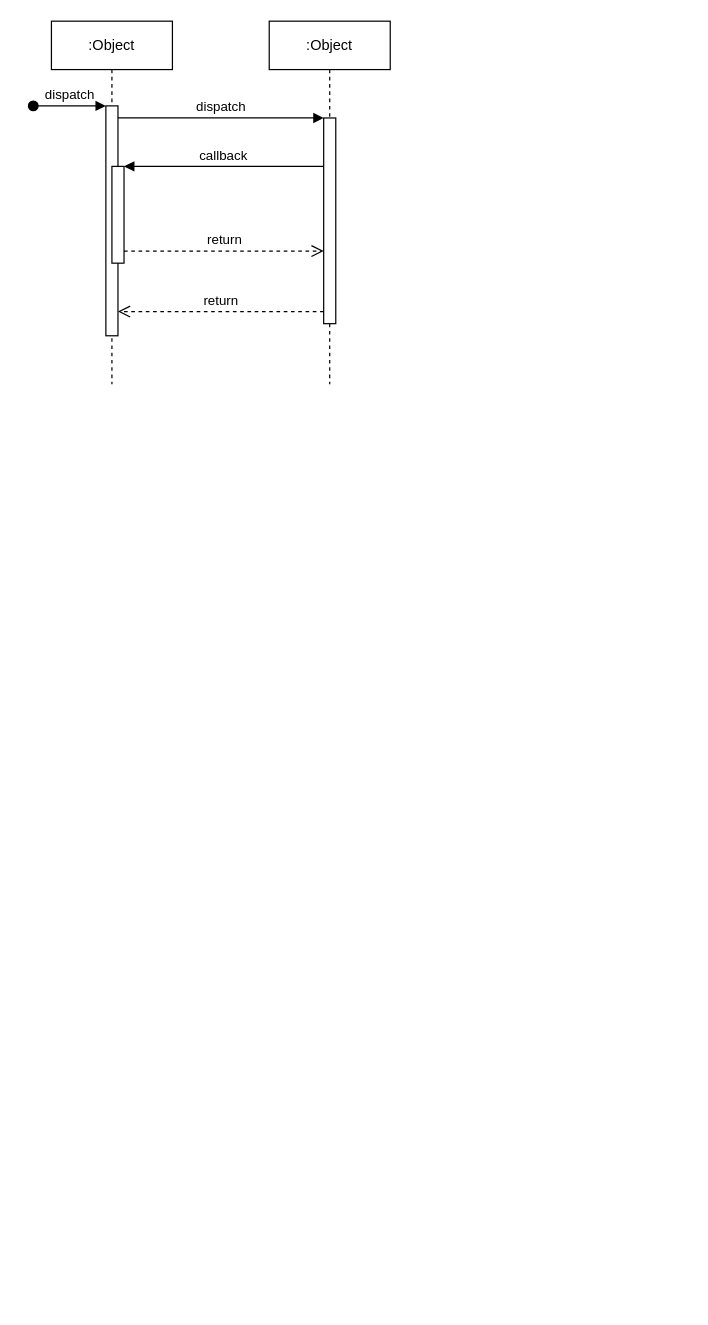
Before: Sequence2402_1.drawio in minh071289/AI_system, a draw.io diagram. Source tidied: cells renumbered, new cells numbered last; positions are measured from the earlier drawing's top-left corner, leaving out a move shared by most shapes. Both pictures are drawn from the tidied source at 121%, with x=0, y=0 at pixel (33, 21).
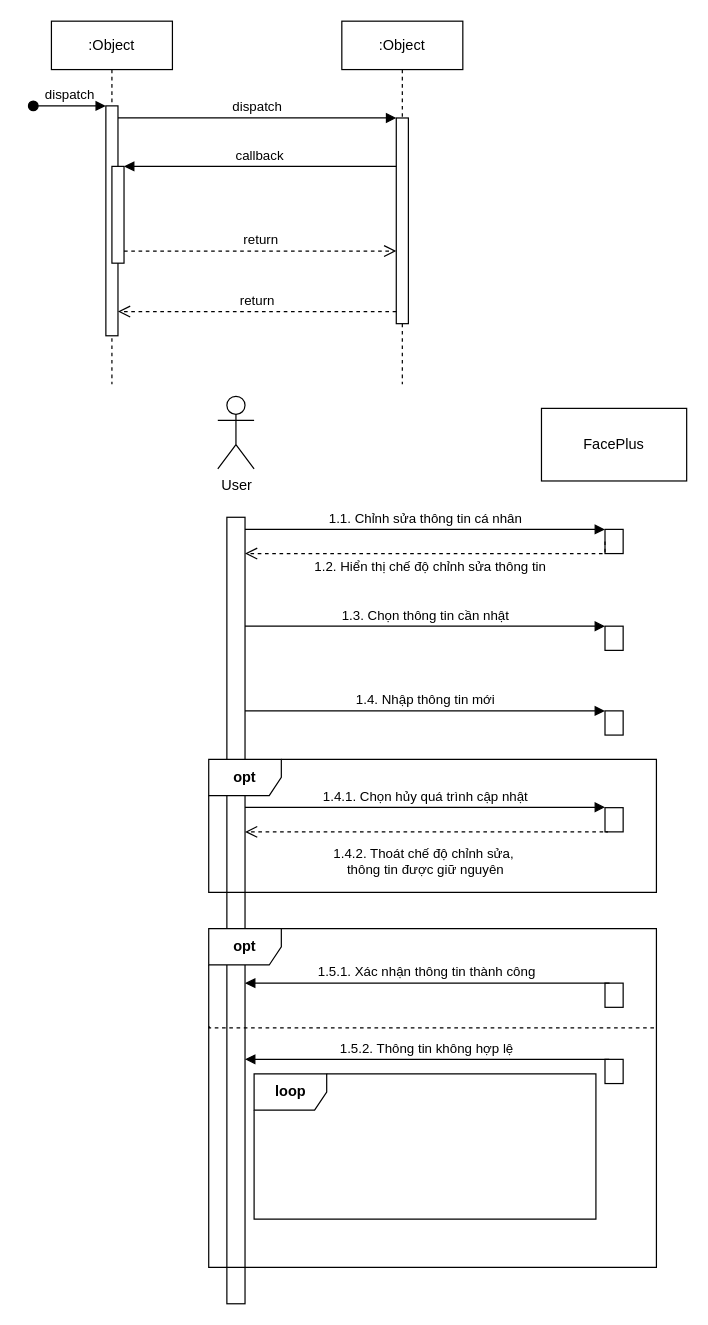
The same page after the edit.

What changed in the source:
```diff
@@
     <mxCell id="6" value=":Object" style="shape=umlLifeline;perimeter=lifelinePerimeter;whiteSpace=wrap;html=1;newEdgeStyle={&quot;edgeStyle&quot;:&quot;elbowEdgeStyle&quot;,&quot;elbow&quot;:&quot;vertical&quot;,&quot;curved&quot;:0,&quot;rounded&quot;:0};" parent="1" vertex="1">
-      <mxGeometry x="195" width="100" height="300" as="geometry" />
+      <mxGeometry x="255" width="100" height="300" as="geometry" />
     </mxCell>
@@
+    <mxCell id="12" value="User" style="shape=umlActor;verticalLabelPosition=bottom;verticalAlign=top;html=1;" parent="1" vertex="1">
+      <mxGeometry x="152.5" y="310" width="30" height="60" as="geometry" />
+    </mxCell>
+    <mxCell id="13" style="rounded=0;whiteSpace=wrap;html=1;" parent="1" vertex="1">
+      <mxGeometry x="160" y="410" width="15" height="650" as="geometry" />
+    </mxCell>
+    <mxCell id="14" style="rounded=0;whiteSpace=wrap;html=1;" parent="1" vertex="1">
+      <mxGeometry x="472.5" y="420" width="15" height="20" as="geometry" />
+    </mxCell>
+    <mxCell id="15" value="FacePlus" style="rounded=0;whiteSpace=wrap;html=1;" parent="1" vertex="1">
+      <mxGeometry x="420" y="320" width="120" height="60" as="geometry" />
+    </mxCell>
+    <mxCell id="16" value="1.1. Chỉnh sửa thông tin cá nhân" style="html=1;verticalAlign=bottom;endArrow=block;edgeStyle=elbowEdgeStyle;elbow=vertical;curved=0;rounded=0;" parent="1" edge="1" source="13">
+      <mxGeometry relative="1" as="geometry">
+        <mxPoint x="472.5" y="420" as="targetPoint" />
+        <Array as="points">
+          <mxPoint x="267.5" y="420" />
+        </Array>
+      </mxGeometry>
+    </mxCell>
+    <mxCell id="17" value="1.2. Hiển thị chế độ chỉnh sửa thông tin" style="html=1;verticalAlign=bottom;endArrow=open;dashed=1;endSize=8;edgeStyle=elbowEdgeStyle;elbow=vertical;curved=0;rounded=0;exitX=0;exitY=0.5;exitDx=0;exitDy=0;" parent="1" edge="1" source="14">
+      <mxGeometry x="0.01" y="20" relative="1" as="geometry">
+        <mxPoint x="175" y="440" as="targetPoint" />
+        <Array as="points">
+          <mxPoint x="270" y="440" />
+        </Array>
+      </mxGeometry>
+    </mxCell>
+    <mxCell id="18" style="rounded=0;whiteSpace=wrap;html=1;" parent="1" vertex="1">
+      <mxGeometry x="472.5" y="500" width="15" height="20" as="geometry" />
+    </mxCell>
+    <mxCell id="19" value="1.3. Chọn thông tin cần nhật" style="html=1;verticalAlign=bottom;endArrow=block;edgeStyle=elbowEdgeStyle;elbow=vertical;curved=0;rounded=0;" parent="1" edge="1">
+      <mxGeometry relative="1" as="geometry">
+        <mxPoint x="175" y="500" as="sourcePoint" />
+        <mxPoint x="472.5" y="500" as="targetPoint" />
+        <Array as="points">
+          <mxPoint x="267.5" y="500" />
+        </Array>
+      </mxGeometry>
+    </mxCell>
+    <mxCell id="20" value="1.4. Nhập thông tin mới" style="html=1;verticalAlign=bottom;endArrow=block;edgeStyle=elbowEdgeStyle;elbow=vertical;curved=0;rounded=0;" parent="1" edge="1">
+      <mxGeometry relative="1" as="geometry">
+        <mxPoint x="175" y="570" as="sourcePoint" />
+        <mxPoint x="472.5" y="570" as="targetPoint" />
+        <Array as="points">
+          <mxPoint x="267.5" y="570" />
+        </Array>
+      </mxGeometry>
+    </mxCell>
+    <mxCell id="21" value="&lt;b&gt;opt&lt;/b&gt;" style="shape=umlFrame;whiteSpace=wrap;html=1;" parent="1" vertex="1">
+      <mxGeometry x="145" y="610" width="370" height="110" as="geometry" />
+    </mxCell>
+    <mxCell id="22" style="rounded=0;whiteSpace=wrap;html=1;" parent="1" vertex="1">
+      <mxGeometry x="472.5" y="570" width="15" height="20" as="geometry" />
+    </mxCell>
+    <mxCell id="23" style="rounded=0;whiteSpace=wrap;html=1;" parent="1" vertex="1">
+      <mxGeometry x="472.5" y="650" width="15" height="20" as="geometry" />
+    </mxCell>
+    <mxCell id="24" value="1.4.1. Chọn hủy quá trình cập nhật" style="html=1;verticalAlign=bottom;endArrow=block;edgeStyle=elbowEdgeStyle;elbow=vertical;curved=0;rounded=0;" parent="1" edge="1">
+      <mxGeometry relative="1" as="geometry">
+        <mxPoint x="175" y="649.7" as="sourcePoint" />
+        <mxPoint x="472.5" y="649.7" as="targetPoint" />
+        <Array as="points">
+          <mxPoint x="267.5" y="649.7" />
+        </Array>
+      </mxGeometry>
+    </mxCell>
+    <mxCell id="25" value="1.4.2. Thoát chế độ chỉnh sửa,&amp;nbsp;&lt;div&gt;thông tin được giữ nguyên&lt;/div&gt;" style="html=1;verticalAlign=bottom;endArrow=open;dashed=1;endSize=8;edgeStyle=elbowEdgeStyle;elbow=vertical;curved=0;rounded=0;" parent="1" edge="1">
+      <mxGeometry x="0.01" y="40" relative="1" as="geometry">
+        <mxPoint x="473" y="670" as="sourcePoint" />
+        <mxPoint x="175" y="670" as="targetPoint" />
+        <Array as="points">
+          <mxPoint x="475" y="670" />
+        </Array>
+      </mxGeometry>
+    </mxCell>
+    <mxCell id="26" value="&lt;b&gt;opt&lt;/b&gt;" style="shape=umlFrame;whiteSpace=wrap;html=1;" parent="1" vertex="1">
+      <mxGeometry x="145" y="750" width="370" height="280" as="geometry" />
+    </mxCell>
+    <mxCell id="27" style="rounded=0;whiteSpace=wrap;html=1;" parent="1" vertex="1">
+      <mxGeometry x="472.5" y="795" width="15" height="20" as="geometry" />
+    </mxCell>
+    <mxCell id="28" value="1.5.1. Xác nhận thông tin thành công" style="html=1;verticalAlign=bottom;endArrow=block;edgeStyle=elbowEdgeStyle;elbow=vertical;curved=0;rounded=0;exitX=0.25;exitY=0;exitDx=0;exitDy=0;" parent="1" edge="1" source="27">
+      <mxGeometry relative="1" as="geometry">
+        <mxPoint x="175" y="795" as="targetPoint" />
+        <Array as="points">
+          <mxPoint x="265" y="795" />
+        </Array>
+      </mxGeometry>
+    </mxCell>
+    <mxCell id="29" style="html=1;verticalAlign=bottom;endArrow=none;dashed=1;endSize=8;edgeStyle=elbowEdgeStyle;elbow=vertical;curved=0;rounded=0;startFill=0;entryX=0.001;entryY=0.413;entryDx=0;entryDy=0;entryPerimeter=0;" parent="1" edge="1">
+      <mxGeometry x="0.01" y="40" relative="1" as="geometry">
+        <mxPoint x="513" y="832" as="sourcePoint" />
+        <mxPoint x="145.4" y="830.5" as="targetPoint" />
+        <Array as="points">
+          <mxPoint x="515" y="832" />
+        </Array>
+      </mxGeometry>
+    </mxCell>
+    <mxCell id="30" style="rounded=0;whiteSpace=wrap;html=1;" parent="1" vertex="1">
+      <mxGeometry x="472.5" y="858" width="15" height="20" as="geometry" />
+    </mxCell>
+    <mxCell id="31" value="1.5.2. Thông tin không hợp lệ" style="html=1;verticalAlign=bottom;endArrow=block;edgeStyle=elbowEdgeStyle;elbow=vertical;curved=0;rounded=0;exitX=0.25;exitY=0;exitDx=0;exitDy=0;" parent="1" edge="1">
+      <mxGeometry relative="1" as="geometry">
+        <mxPoint x="476" y="858" as="sourcePoint" />
+        <mxPoint x="175" y="858" as="targetPoint" />
+        <Array as="points">
+          <mxPoint x="265" y="858" />
+        </Array>
+      </mxGeometry>
+    </mxCell>
+    <mxCell id="32" value="&lt;b&gt;loop&lt;/b&gt;" style="shape=umlFrame;whiteSpace=wrap;html=1;" parent="1" vertex="1">
+      <mxGeometry x="182.5" y="870" width="282.5" height="120" as="geometry" />
+    </mxCell>
```
